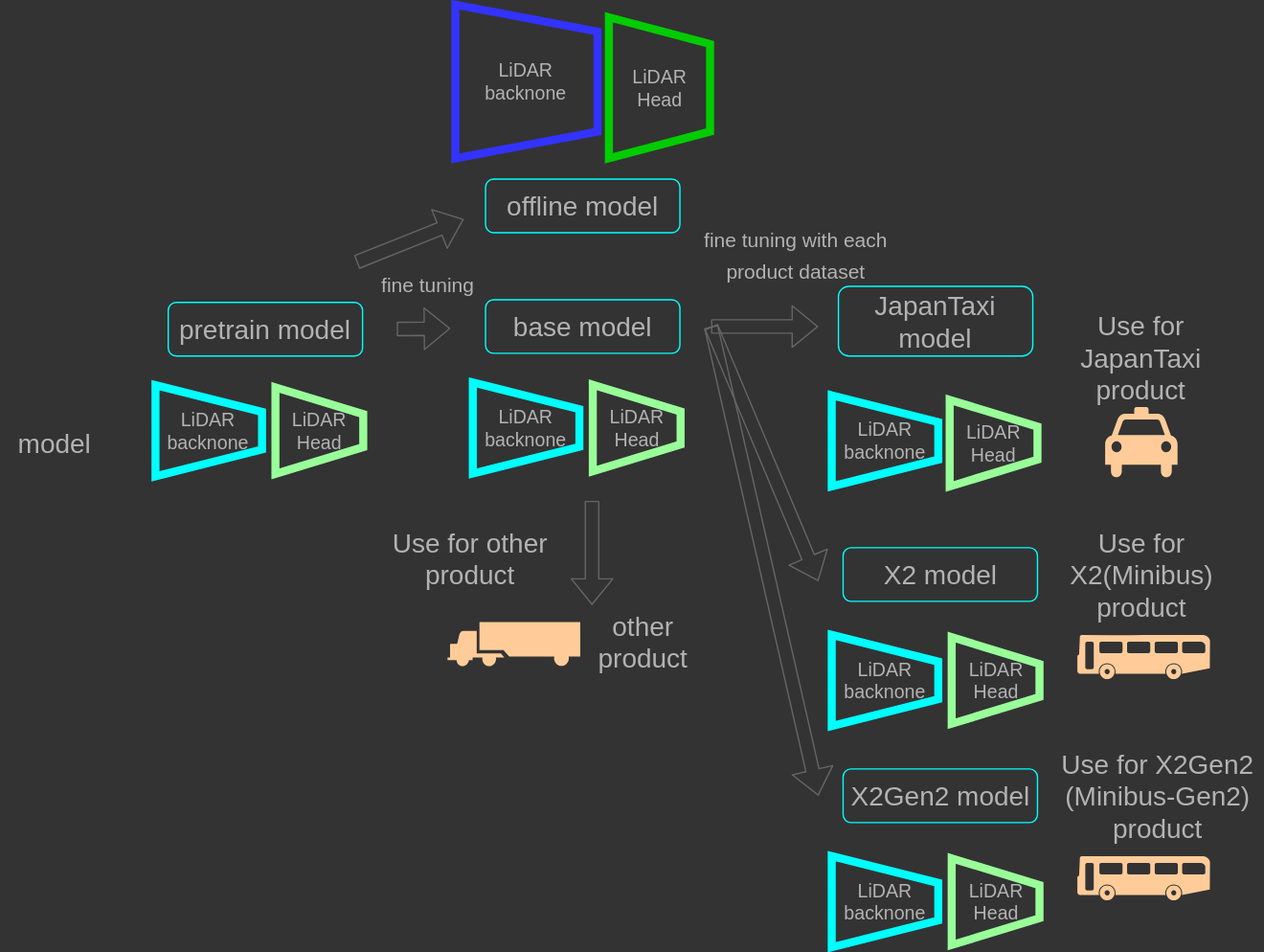
Earlier version of the draw.io export docs/fig/model_type_3.drawio.svg (tier4/AWML). Source tidied: cells renumbered, new cells last; positions are measured from the earlier drawing's top-left corner, leaving out a move shared by most shapes.
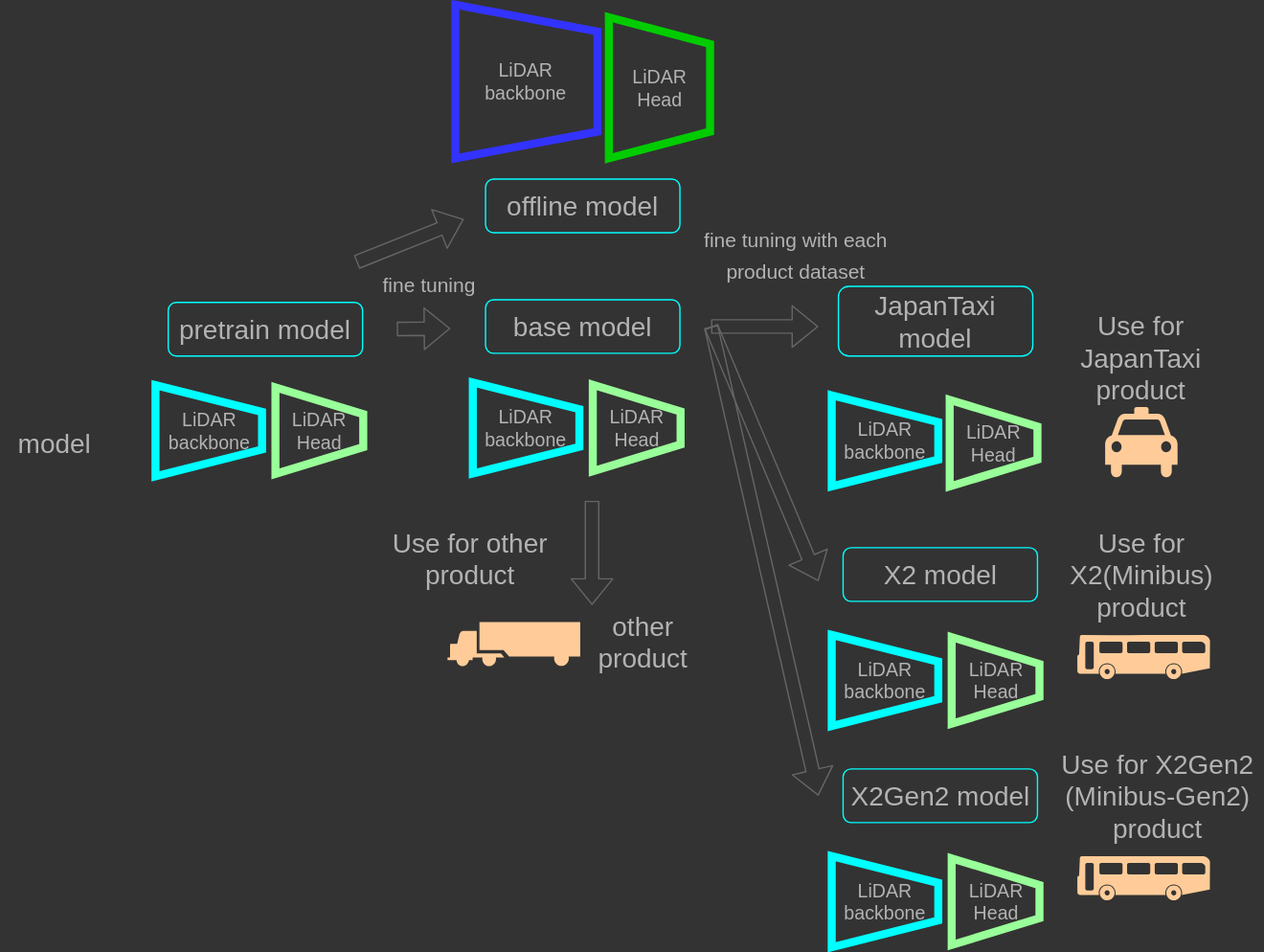
After the change.

Change to the diagram source:
```diff
@@ -23,7 +23,7 @@
     <mxCell id="8" value="&lt;font style=&quot;font-size: 20px;&quot;&gt;JapanTaxi model&lt;/font&gt;" style="rounded=1;whiteSpace=wrap;html=1;strokeColor=#00FFFF;fillColor=none;fontColor=#B3B3B3;" parent="1" vertex="1">
       <mxGeometry x="625" y="210" width="145" height="52" as="geometry" />
     </mxCell>
-    <mxCell id="9" value="&lt;font style=&quot;font-size: 14px;&quot;&gt;LiDAR&lt;br&gt;backnone&lt;/font&gt;" style="shape=trapezoid;perimeter=trapezoidPerimeter;whiteSpace=wrap;html=1;fixedSize=1;rotation=0;fillColor=none;fontColor=#B3B3B3;strokeColor=#00FFFF;strokeWidth=6;direction=south;" parent="1" vertex="1">
+    <mxCell id="9" value="&lt;font style=&quot;font-size: 14px;&quot;&gt;LiDAR&lt;br&gt;backbone&lt;/font&gt;" style="shape=trapezoid;perimeter=trapezoidPerimeter;whiteSpace=wrap;html=1;fixedSize=1;rotation=0;fillColor=none;fontColor=#B3B3B3;strokeColor=#00FFFF;strokeWidth=6;direction=south;" parent="1" vertex="1">
       <mxGeometry x="352.2" y="281.7" width="79.5" height="68" as="geometry" />
     </mxCell>
     <mxCell id="10" value="&lt;span style=&quot;font-size: 14px;&quot;&gt;LiDAR&lt;br&gt;Head&lt;/span&gt;" style="shape=trapezoid;perimeter=trapezoidPerimeter;whiteSpace=wrap;html=1;fixedSize=1;rotation=0;fillColor=none;fontColor=#B3B3B3;strokeColor=#99FF99;strokeWidth=6;direction=south;" parent="1" vertex="1">
@@ -32,13 +32,13 @@
     <mxCell id="11" value="&lt;font style=&quot;font-size: 20px;&quot;&gt;offline model&lt;/font&gt;" style="rounded=1;whiteSpace=wrap;html=1;strokeColor=#00FFFF;fillColor=none;fontColor=#B3B3B3;" parent="1" vertex="1">
       <mxGeometry x="361.8" y="130" width="145" height="40" as="geometry" />
     </mxCell>
-    <mxCell id="12" value="&lt;font style=&quot;font-size: 14px;&quot;&gt;LiDAR&lt;br&gt;backnone&lt;/font&gt;" style="shape=trapezoid;perimeter=trapezoidPerimeter;whiteSpace=wrap;html=1;fixedSize=1;rotation=0;fillColor=none;fontColor=#B3B3B3;strokeColor=#00FFFF;strokeWidth=6;direction=south;" parent="1" vertex="1">
+    <mxCell id="12" value="&lt;font style=&quot;font-size: 14px;&quot;&gt;LiDAR&lt;br&gt;backbone&lt;/font&gt;" style="shape=trapezoid;perimeter=trapezoidPerimeter;whiteSpace=wrap;html=1;fixedSize=1;rotation=0;fillColor=none;fontColor=#B3B3B3;strokeColor=#00FFFF;strokeWidth=6;direction=south;" parent="1" vertex="1">
       <mxGeometry x="620" y="291.3" width="79.5" height="68" as="geometry" />
     </mxCell>
     <mxCell id="13" value="&lt;span style=&quot;font-size: 14px;&quot;&gt;LiDAR&lt;br&gt;Head&lt;/span&gt;" style="shape=trapezoid;perimeter=trapezoidPerimeter;whiteSpace=wrap;html=1;fixedSize=1;rotation=0;fillColor=none;fontColor=#B3B3B3;strokeColor=#99FF99;strokeWidth=6;direction=south;" parent="1" vertex="1">
       <mxGeometry x="708" y="294.7" width="65.5" height="64.6" as="geometry" />
     </mxCell>
-    <mxCell id="14" value="&lt;font style=&quot;font-size: 14px;&quot;&gt;LiDAR&lt;br&gt;backnone&lt;/font&gt;" style="shape=trapezoid;perimeter=trapezoidPerimeter;whiteSpace=wrap;html=1;fixedSize=1;rotation=0;fillColor=none;fontColor=#B3B3B3;strokeColor=#3333FF;strokeWidth=6;direction=south;" parent="1" vertex="1">
+    <mxCell id="14" value="&lt;font style=&quot;font-size: 14px;&quot;&gt;LiDAR&lt;br&gt;backbone&lt;/font&gt;" style="shape=trapezoid;perimeter=trapezoidPerimeter;whiteSpace=wrap;html=1;fixedSize=1;rotation=0;fillColor=none;fontColor=#B3B3B3;strokeColor=#3333FF;strokeWidth=6;direction=south;" parent="1" vertex="1">
       <mxGeometry x="339.2" width="106" height="114.6" as="geometry" />
     </mxCell>
     <mxCell id="15" value="&lt;span style=&quot;font-size: 14px;&quot;&gt;LiDAR&lt;br&gt;Head&lt;/span&gt;" style="shape=trapezoid;perimeter=trapezoidPerimeter;whiteSpace=wrap;html=1;fixedSize=1;rotation=0;fillColor=none;fontColor=#B3B3B3;strokeColor=#00CC00;strokeWidth=6;direction=south;" parent="1" vertex="1">
@@ -53,7 +53,7 @@
         <mxPoint x="335.5" y="241.5" as="targetPoint" />
       </mxGeometry>
     </mxCell>
-    <mxCell id="18" value="&lt;font style=&quot;font-size: 14px;&quot;&gt;LiDAR&lt;br&gt;backnone&lt;/font&gt;" style="shape=trapezoid;perimeter=trapezoidPerimeter;whiteSpace=wrap;html=1;fixedSize=1;rotation=0;fillColor=none;fontColor=#B3B3B3;strokeColor=#00FFFF;strokeWidth=6;direction=south;" parent="1" vertex="1">
+    <mxCell id="18" value="&lt;font style=&quot;font-size: 14px;&quot;&gt;LiDAR&lt;br&gt;backbone&lt;/font&gt;" style="shape=trapezoid;perimeter=trapezoidPerimeter;whiteSpace=wrap;html=1;fixedSize=1;rotation=0;fillColor=none;fontColor=#B3B3B3;strokeColor=#00FFFF;strokeWidth=6;direction=south;" parent="1" vertex="1">
       <mxGeometry x="115.5" y="283.7" width="79.5" height="68" as="geometry" />
     </mxCell>
     <mxCell id="19" value="&lt;span style=&quot;font-size: 14px;&quot;&gt;LiDAR&lt;br&gt;Head&lt;/span&gt;" style="shape=trapezoid;perimeter=trapezoidPerimeter;whiteSpace=wrap;html=1;fixedSize=1;rotation=0;fillColor=none;fontColor=#B3B3B3;strokeColor=#99FF99;strokeWidth=6;direction=south;" parent="1" vertex="1">
@@ -74,7 +74,7 @@
     <mxCell id="23" value="&lt;font style=&quot;font-size: 20px;&quot;&gt;X2 model&lt;/font&gt;" style="rounded=1;whiteSpace=wrap;html=1;strokeColor=#00FFFF;fillColor=none;fontColor=#B3B3B3;" parent="1" vertex="1">
       <mxGeometry x="628.5" y="405" width="145" height="40" as="geometry" />
     </mxCell>
-    <mxCell id="24" value="&lt;font style=&quot;font-size: 14px;&quot;&gt;LiDAR&lt;br&gt;backnone&lt;/font&gt;" style="shape=trapezoid;perimeter=trapezoidPerimeter;whiteSpace=wrap;html=1;fixedSize=1;rotation=0;fillColor=none;fontColor=#B3B3B3;strokeColor=#00FFFF;strokeWidth=6;direction=south;" parent="1" vertex="1">
+    <mxCell id="24" value="&lt;font style=&quot;font-size: 14px;&quot;&gt;LiDAR&lt;br&gt;backbone&lt;/font&gt;" style="shape=trapezoid;perimeter=trapezoidPerimeter;whiteSpace=wrap;html=1;fixedSize=1;rotation=0;fillColor=none;fontColor=#B3B3B3;strokeColor=#00FFFF;strokeWidth=6;direction=south;" parent="1" vertex="1">
       <mxGeometry x="620" y="470" width="79.5" height="68" as="geometry" />
     </mxCell>
     <mxCell id="25" value="&lt;span style=&quot;font-size: 14px;&quot;&gt;LiDAR&lt;br&gt;Head&lt;/span&gt;" style="shape=trapezoid;perimeter=trapezoidPerimeter;whiteSpace=wrap;html=1;fixedSize=1;rotation=0;fillColor=none;fontColor=#B3B3B3;strokeColor=#99FF99;strokeWidth=6;direction=south;" parent="1" vertex="1">
@@ -116,7 +116,7 @@
     <mxCell id="34" value="&lt;font style=&quot;font-size: 20px;&quot;&gt;X2Gen2 model&lt;/font&gt;" style="rounded=1;whiteSpace=wrap;html=1;strokeColor=#00FFFF;fillColor=none;fontColor=#B3B3B3;" parent="1" vertex="1">
       <mxGeometry x="628.5" y="570" width="145" height="40" as="geometry" />
     </mxCell>
-    <mxCell id="35" value="&lt;font style=&quot;font-size: 14px;&quot;&gt;LiDAR&lt;br&gt;backnone&lt;/font&gt;" style="shape=trapezoid;perimeter=trapezoidPerimeter;whiteSpace=wrap;html=1;fixedSize=1;rotation=0;fillColor=none;fontColor=#B3B3B3;strokeColor=#00FFFF;strokeWidth=6;direction=south;" parent="1" vertex="1">
+    <mxCell id="35" value="&lt;font style=&quot;font-size: 14px;&quot;&gt;LiDAR&lt;br&gt;backbone&lt;/font&gt;" style="shape=trapezoid;perimeter=trapezoidPerimeter;whiteSpace=wrap;html=1;fixedSize=1;rotation=0;fillColor=none;fontColor=#B3B3B3;strokeColor=#00FFFF;strokeWidth=6;direction=south;" parent="1" vertex="1">
       <mxGeometry x="620" y="635" width="79.5" height="68" as="geometry" />
     </mxCell>
     <mxCell id="36" value="&lt;span style=&quot;font-size: 14px;&quot;&gt;LiDAR&lt;br&gt;Head&lt;/span&gt;" style="shape=trapezoid;perimeter=trapezoidPerimeter;whiteSpace=wrap;html=1;fixedSize=1;rotation=0;fillColor=none;fontColor=#B3B3B3;strokeColor=#99FF99;strokeWidth=6;direction=south;" parent="1" vertex="1">
```
